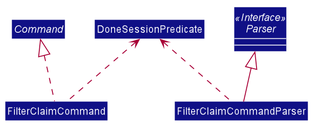
Before: docs/images/FindCommandClassDiagram.png, a diagram exported from PlantUML (nus-cs2103-AY1920S2/addressbook-level3).
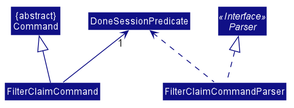
The same diagram one commit later.

What changed in the source:
```diff
@@ -49,11 +49,12 @@
 hide circle
 show interface members
 skinparam arrowThickness 1.1
+skinparam arrowColor #101086
 skinparam classBackgroundColor #101086
 
-abstract class Command
+Class "{abstract}\nCommand" as Command
 
-Interface Parser <<Interface>>
+abstract Parser <<Interface>>
 
 class FilterClaimCommand
 
@@ -61,11 +62,11 @@
 
 class FilterClaimCommandParser
 
-Command <|.. FilterClaimCommand
+Command <|-- FilterClaimCommand
 
-Parser <|-- FilterClaimCommandParser
+Parser <|.. FilterClaimCommandParser
 
-DoneSessionPredicate <.. FilterClaimCommand
+DoneSessionPredicate "1" <-- FilterClaimCommand
 DoneSessionPredicate <.. FilterClaimCommandParser
 
 
```
